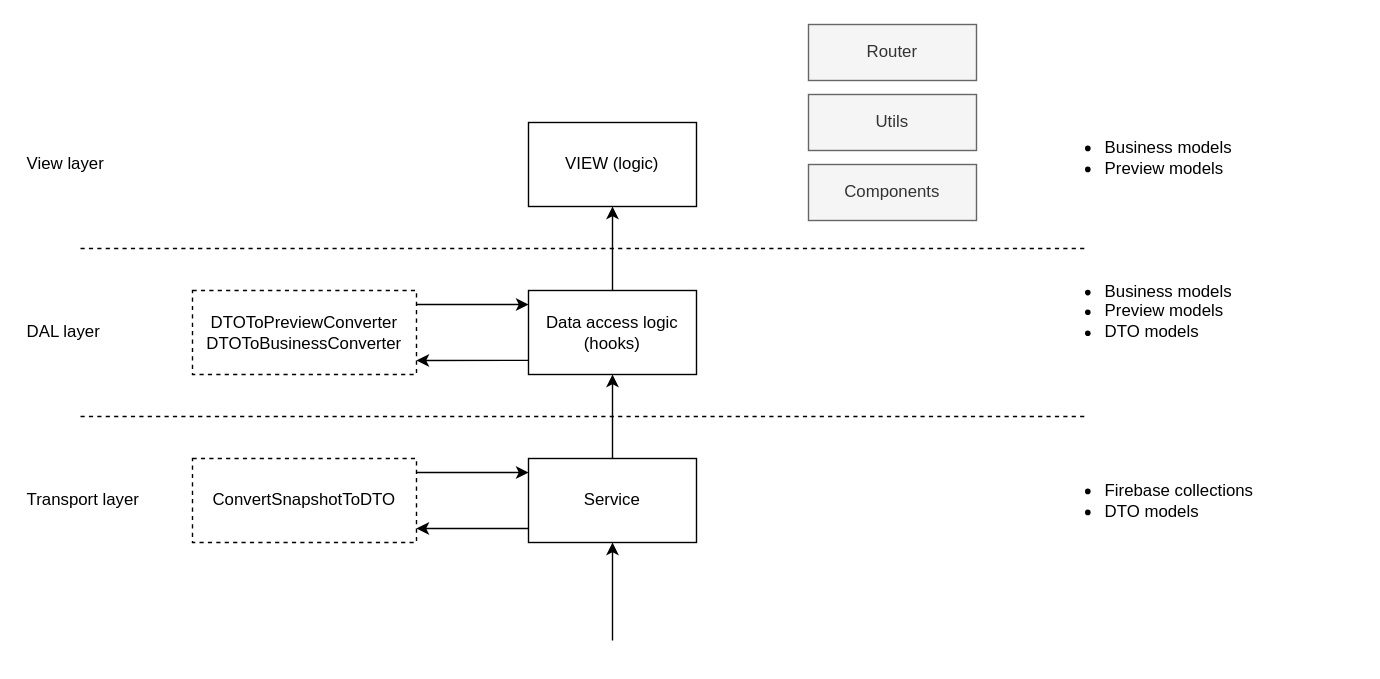
Before: docs/architecture.drawio in tritonJS826/masters-way, a draw.io diagram. Source tidied: cells renumbered, new cells numbered last; positions are measured from the earlier drawing's top-left corner, leaving out a move shared by most shapes. Both pictures are drawn from the tidied source at 140%, with x=0, y=0 at pixel (24, 24).
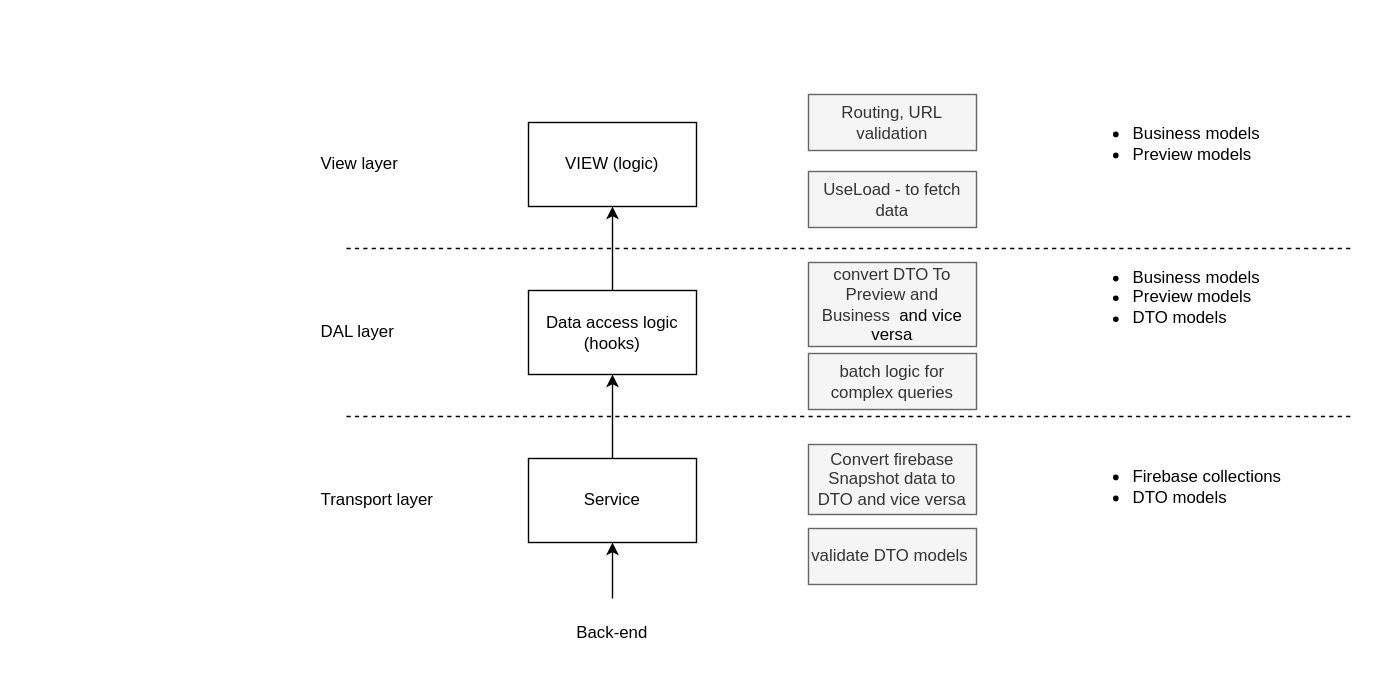
Above is the later version.

Commit message (it also covers changes not shown here):
docs: #345 update core features

Unchanged cells that the change refers to:
```xml
<mxCell id="4" value="Service" style="html=1;whiteSpace=wrap;" parent="1" vertex="1">
  <mxGeometry x="360" y="310" width="120" height="60" as="geometry" />
</mxCell>
```

Change to the diagram source:
```diff
@@
     <mxCell id="2" style="endArrow=none;dashed=1;html=1;rounded=0;" parent="1" edge="1">
       <mxGeometry relative="1" as="geometry">
-        <mxPoint x="40" y="160" as="sourcePoint" />
-        <mxPoint x="760" y="160" as="targetPoint" />
+        <mxPoint x="230" y="160" as="sourcePoint" />
+        <mxPoint x="950" y="160" as="targetPoint" />
       </mxGeometry>
     </mxCell>
     <mxCell id="3" style="endArrow=none;dashed=1;html=1;rounded=0;" parent="1" edge="1">
       <mxGeometry relative="1" as="geometry">
-        <mxPoint x="40" y="280" as="sourcePoint" />
-        <mxPoint x="760" y="280" as="targetPoint" />
+        <mxPoint x="230" y="280" as="sourcePoint" />
+        <mxPoint x="950" y="280" as="targetPoint" />
       </mxGeometry>
     </mxCell>
@@
     <mxCell id="7" style="endArrow=classic;html=1;rounded=0;entryX=0.5;entryY=1;entryDx=0;entryDy=0;" parent="1" edge="1" target="4">
       <mxGeometry relative="1" as="geometry">
-        <mxPoint x="420" y="440" as="sourcePoint" />
+        <mxPoint x="420" y="410" as="sourcePoint" />
       </mxGeometry>
     </mxCell>
-    <mxCell id="8" style="endArrow=classic;html=1;rounded=0;entryX=0;entryY=0.5;entryDx=0;entryDy=0;" parent="1" edge="1">
-      <mxGeometry relative="1" as="geometry">
-        <mxPoint x="280" y="320" as="sourcePoint" />
-        <mxPoint x="360" y="320" as="targetPoint" />
-      </mxGeometry>
-    </mxCell>
-    <mxCell id="9" value="ConvertSnapshotToDTO" style="html=1;whiteSpace=wrap;dashed=1;" parent="1" vertex="1">
-      <mxGeometry x="120" y="310" width="160" height="60" as="geometry" />
-    </mxCell>
@@
-    <mxCell id="12" value="DTOToPreviewConverter&lt;br&gt;DTOToBusinessConverter" style="html=1;whiteSpace=wrap;dashed=1;" parent="1" vertex="1">
-      <mxGeometry x="120" y="190" width="160" height="60" as="geometry" />
-    </mxCell>
-    <mxCell id="13" value="Components" style="html=1;whiteSpace=wrap;fillColor=#f5f5f5;fontColor=#333333;strokeColor=#666666;" parent="1" vertex="1">
-      <mxGeometry x="560" y="100" width="120" height="40" as="geometry" />
-    </mxCell>
-    <mxCell id="14" value="Utils" style="html=1;whiteSpace=wrap;fillColor=#f5f5f5;fontColor=#333333;strokeColor=#666666;" parent="1" vertex="1">
-      <mxGeometry x="560" y="50" width="120" height="40" as="geometry" />
-    </mxCell>
-    <mxCell id="15" style="endArrow=classic;html=1;rounded=0;exitX=1;exitY=0.5;exitDx=0;exitDy=0;" parent="1" edge="1">
-      <mxGeometry relative="1" as="geometry">
-        <mxPoint x="360" y="360" as="sourcePoint" />
-        <mxPoint x="280" y="360" as="targetPoint" />
-      </mxGeometry>
-    </mxCell>
-    <mxCell id="16" style="endArrow=classic;html=1;rounded=0;entryX=0;entryY=0.5;entryDx=0;entryDy=0;" parent="1" edge="1">
-      <mxGeometry relative="1" as="geometry">
-        <mxPoint x="280" y="200" as="sourcePoint" />
-        <mxPoint x="360" y="200" as="targetPoint" />
-      </mxGeometry>
-    </mxCell>
-    <mxCell id="17" style="endArrow=classic;html=1;rounded=0;exitX=1;exitY=0.5;exitDx=0;exitDy=0;" parent="1" edge="1">
-      <mxGeometry relative="1" as="geometry">
-        <mxPoint x="360" y="239.9" as="sourcePoint" />
-        <mxPoint x="280" y="240" as="targetPoint" />
-      </mxGeometry>
-    </mxCell>
     <mxCell id="18" value="&lt;ul&gt;&lt;li style=&quot;text-align: left;&quot;&gt;Firebase collections&lt;/li&gt;&lt;li style=&quot;text-align: left;&quot;&gt;DTO models&lt;/li&gt;&lt;/ul&gt;" style="text;html=1;strokeColor=none;fillColor=none;align=center;verticalAlign=middle;whiteSpace=wrap;rounded=0;" parent="1" vertex="1">
-      <mxGeometry x="730" y="325" width="150" height="30" as="geometry" />
+      <mxGeometry x="750" y="315" width="150" height="30" as="geometry" />
     </mxCell>
     <mxCell id="19" value="&lt;ul&gt;&lt;li&gt;Business models&lt;/li&gt;&lt;li style=&quot;&quot;&gt;Preview models&lt;/li&gt;&lt;/ul&gt;" style="text;html=1;strokeColor=none;fillColor=none;align=left;verticalAlign=middle;whiteSpace=wrap;rounded=0;" parent="1" vertex="1">
-      <mxGeometry x="730" y="80" width="150" height="30" as="geometry" />
+      <mxGeometry x="750" y="70" width="150" height="30" as="geometry" />
     </mxCell>
     <mxCell id="20" value="&lt;ul&gt;&lt;li&gt;Business models&lt;/li&gt;&lt;li style=&quot;&quot;&gt;Preview models&lt;/li&gt;&lt;li style=&quot;&quot;&gt;DTO models&lt;/li&gt;&lt;/ul&gt;" style="text;html=1;strokeColor=none;fillColor=none;align=left;verticalAlign=middle;whiteSpace=wrap;rounded=0;" parent="1" vertex="1">
-      <mxGeometry x="730" y="190" width="150" height="30" as="geometry" />
+      <mxGeometry x="750" y="180" width="150" height="30" as="geometry" />
     </mxCell>
-    <mxCell id="21" value="Router" style="html=1;whiteSpace=wrap;fillColor=#f5f5f5;fontColor=#333333;strokeColor=#666666;" parent="1" vertex="1">
-      <mxGeometry x="560" width="120" height="40" as="geometry" />
+    <mxCell id="21" value="Routing, URL validation" style="html=1;whiteSpace=wrap;fillColor=#f5f5f5;fontColor=#333333;strokeColor=#666666;" parent="1" vertex="1">
+      <mxGeometry x="560" y="50" width="120" height="40" as="geometry" />
     </mxCell>
     <mxCell id="22" value="View layer" style="text;html=1;strokeColor=none;fillColor=none;align=left;verticalAlign=middle;whiteSpace=wrap;rounded=0;" parent="1" vertex="1">
-      <mxGeometry y="85" width="80" height="30" as="geometry" />
+      <mxGeometry x="210" y="85" width="80" height="30" as="geometry" />
     </mxCell>
     <mxCell id="23" value="DAL layer" style="text;html=1;strokeColor=none;fillColor=none;align=left;verticalAlign=middle;whiteSpace=wrap;rounded=0;" parent="1" vertex="1">
-      <mxGeometry y="205" width="90" height="30" as="geometry" />
+      <mxGeometry x="210" y="205" width="90" height="30" as="geometry" />
     </mxCell>
     <mxCell id="24" value="Transport layer" style="text;html=1;strokeColor=none;fillColor=none;align=left;verticalAlign=middle;whiteSpace=wrap;rounded=0;" parent="1" vertex="1">
-      <mxGeometry y="325" width="90" height="30" as="geometry" />
+      <mxGeometry x="210" y="325" width="90" height="30" as="geometry" />
     </mxCell>
+    <mxCell id="25" value="validate DTO models&amp;nbsp;" style="html=1;whiteSpace=wrap;fillColor=#f5f5f5;fontColor=#333333;strokeColor=#666666;" parent="1" vertex="1">
+      <mxGeometry x="560" y="360" width="120" height="40" as="geometry" />
+    </mxCell>
+    <mxCell id="26" value="Convert firebase Snapshot data to DTO and vice versa" style="html=1;whiteSpace=wrap;fillColor=#f5f5f5;fontColor=#333333;strokeColor=#666666;" parent="1" vertex="1">
+      <mxGeometry x="560" y="300" width="120" height="50" as="geometry" />
+    </mxCell>
+    <mxCell id="27" value="convert DTO To Preview and Business&amp;nbsp;&lt;span style=&quot;color: rgb(0, 0, 0);&quot;&gt;&amp;nbsp;and vice versa&lt;/span&gt;" style="html=1;whiteSpace=wrap;fillColor=#f5f5f5;fontColor=#333333;strokeColor=#666666;" parent="1" vertex="1">
+      <mxGeometry x="560" y="170" width="120" height="60" as="geometry" />
+    </mxCell>
+    <mxCell id="28" value="batch logic for complex queries" style="html=1;whiteSpace=wrap;fillColor=#f5f5f5;fontColor=#333333;strokeColor=#666666;" parent="1" vertex="1">
+      <mxGeometry x="560" y="235" width="120" height="40" as="geometry" />
+    </mxCell>
+    <mxCell id="29" value="UseLoad - to fetch data" style="html=1;whiteSpace=wrap;fillColor=#f5f5f5;fontColor=#333333;strokeColor=#666666;" parent="1" vertex="1">
+      <mxGeometry x="560" y="105" width="120" height="40" as="geometry" />
+    </mxCell>
+    <mxCell id="30" value="Back-end" style="text;html=1;strokeColor=none;fillColor=none;align=center;verticalAlign=middle;whiteSpace=wrap;rounded=0;" parent="1" vertex="1">
+      <mxGeometry x="390" y="420" width="60" height="30" as="geometry" />
+    </mxCell>
```
